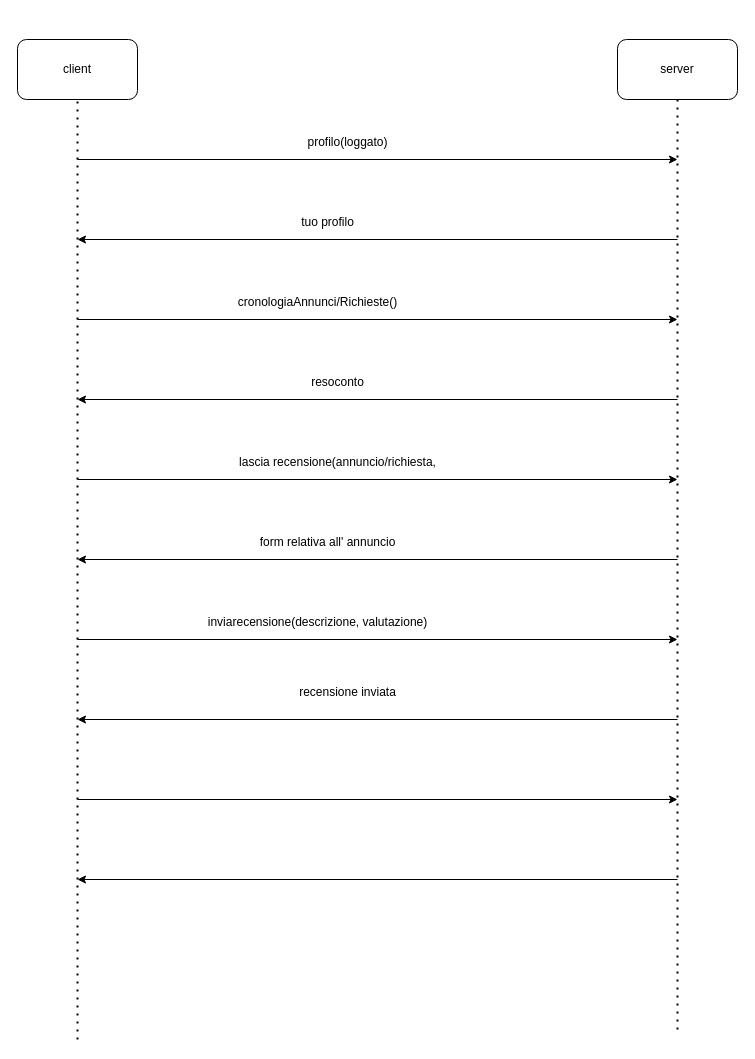
Before: drawio/usecase3.drawio in Samuele223/PetHouse, a draw.io diagram. Source tidied: cells renumbered, new cells numbered last; positions are measured from the earlier drawing's top-left corner, leaving out a move shared by most shapes. Both pictures are drawn from the tidied source at 100%, with x=0, y=0 at pixel (17, 39).
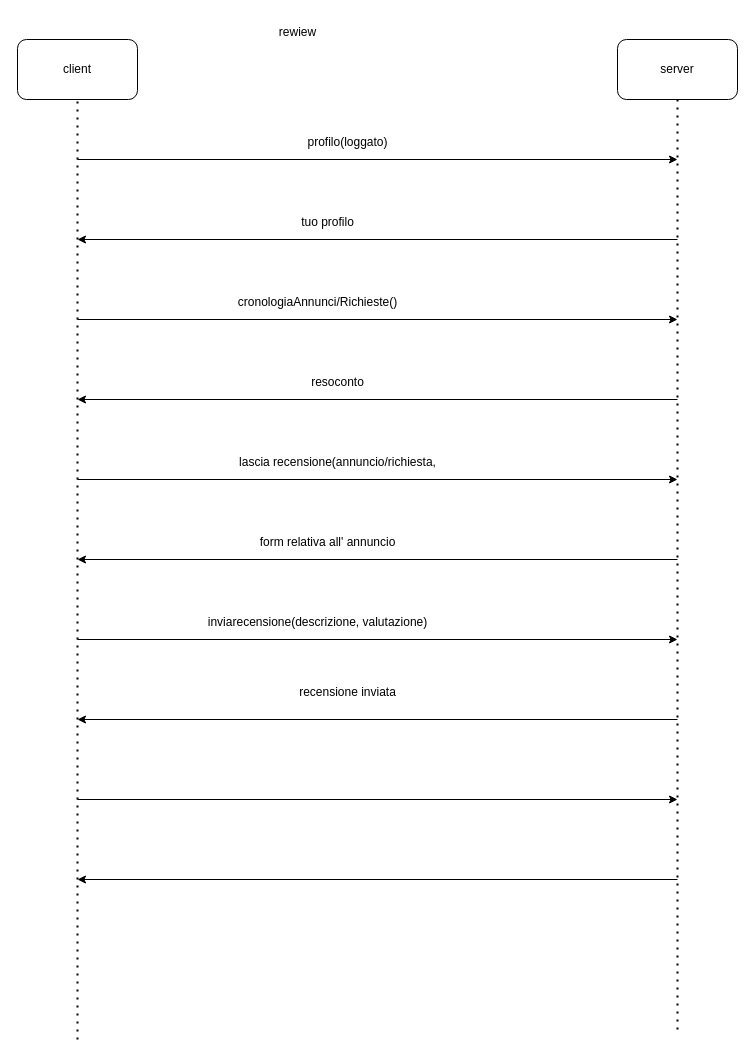
After the change.

Commit message (it also covers changes not shown here):
fourth use case

The edit, as a diff of the source:
```diff
@@
+    <mxCell id="24" value="rewiew" style="text;html=1;align=center;verticalAlign=middle;strokeColor=none;fillColor=none;" parent="1" vertex="1">
+      <mxGeometry x="250" y="-22" width="60" height="30" as="geometry" />
+    </mxCell>
```
